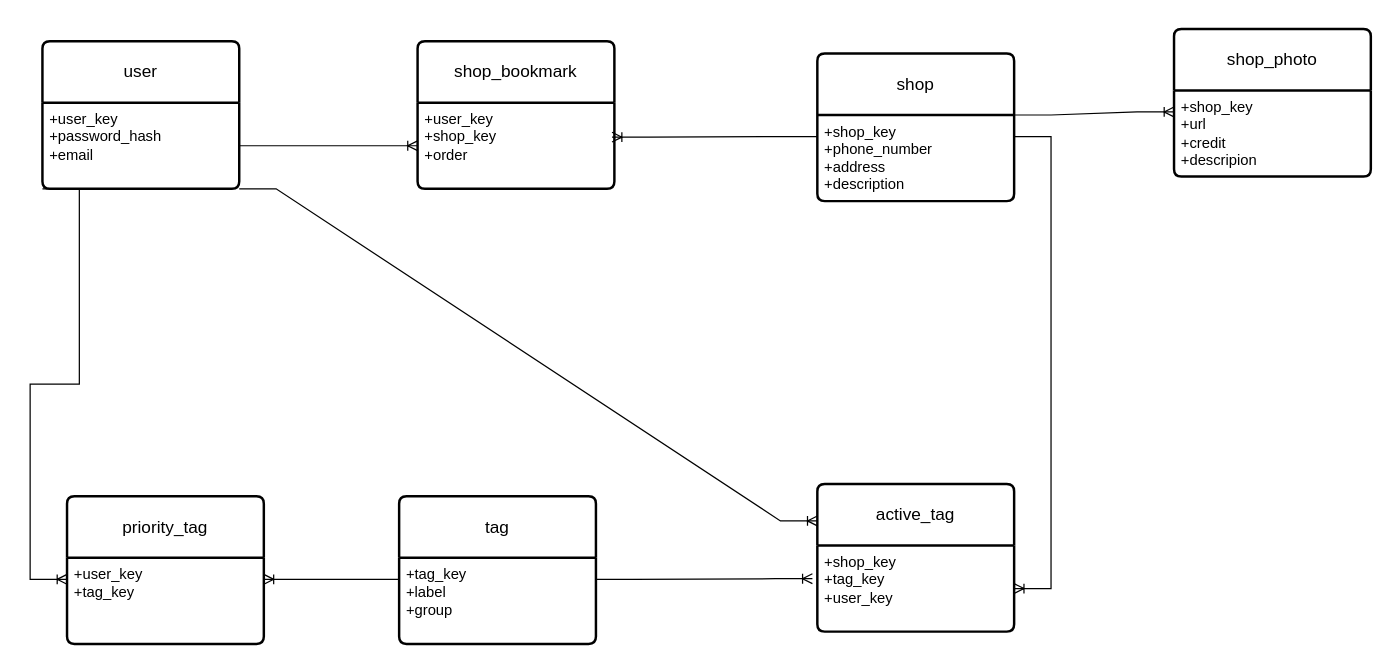
Earlier version of the draw.io diagram documentation/ERD.drawio (cohort-web-43-coffee/coffee-capstone). Source tidied: cells renumbered, new cells numbered last; positions are measured from the earlier drawing's top-left corner, leaving out a move shared by most shapes. Both pictures are drawn from the tidied source at 123%, with x=0, y=0 at pixel (-69, 28).
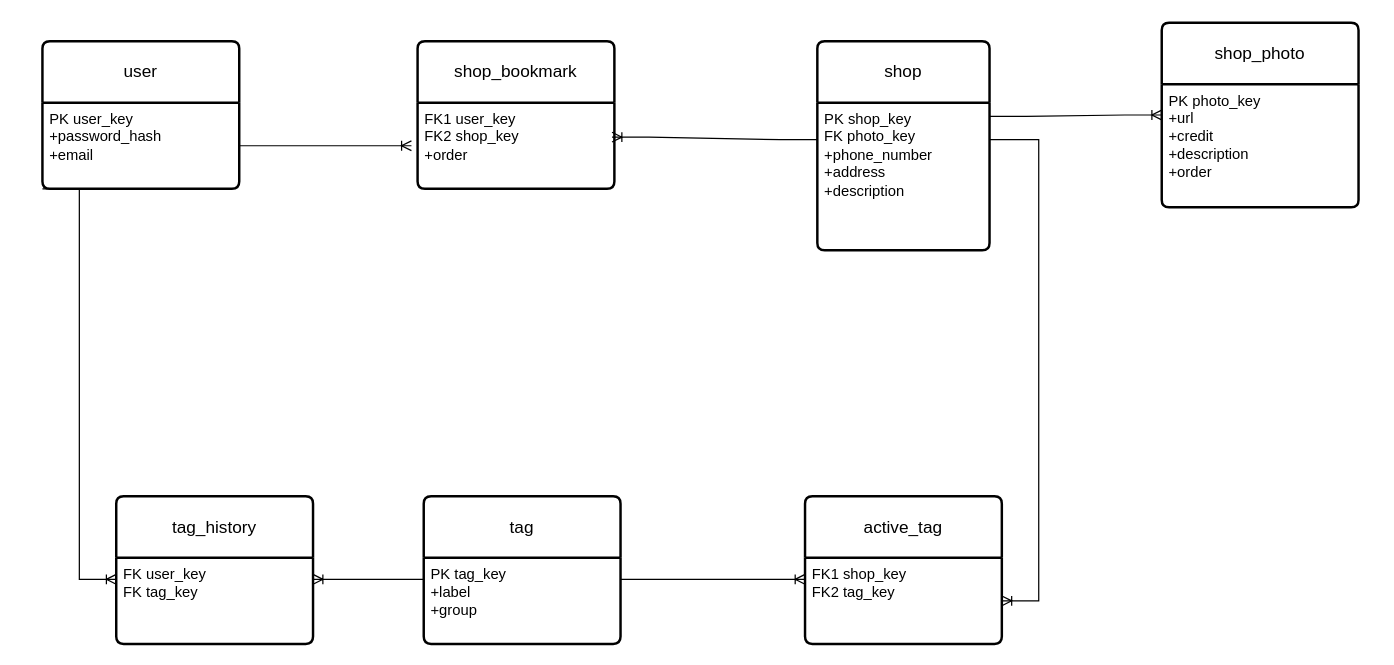
After the change.

The change refers to these unchanged cells:
```xml
<mxCell id="2" value="user" style="swimlane;horizontal=1;startSize=50;rounded=1;fontSize=14;fontStyle=0;strokeWidth=2;shadow=0;dashed=0;align=center;arcSize=4;whiteSpace=wrap;html=1;" parent="1" vertex="1">
  <mxGeometry x="90" y="10" width="160" height="120" as="geometry" />
</mxCell>
<mxCell id="6" value="shop_bookmark" style="swimlane;horizontal=1;startSize=50;rounded=1;fontSize=14;fontStyle=0;strokeWidth=2;shadow=0;dashed=0;align=center;arcSize=4;whiteSpace=wrap;html=1;" parent="1" vertex="1">
  <mxGeometry x="395" y="10" width="160" height="120" as="geometry" />
</mxCell>
```

What changed in the source:
```diff
@@
-    <mxCell id="3" value="+user_key&lt;br&gt;+password_hash&lt;br&gt;+email" style="align=left;strokeColor=none;fillColor=none;spacingLeft=4;fontSize=12;verticalAlign=top;html=1;" parent="2" vertex="1">
+    <mxCell id="3" value="PK user_key&lt;br&gt;+password_hash&lt;br&gt;+email" style="align=left;strokeColor=none;fillColor=none;spacingLeft=4;fontSize=12;verticalAlign=top;html=1;" parent="2" vertex="1">
       <mxGeometry y="50" width="160" height="70" as="geometry" />
     </mxCell>
-    <mxCell id="4" value="shop" style="swimlane;horizontal=1;startSize=50;rounded=1;fontSize=14;fontStyle=0;strokeWidth=2;shadow=0;dashed=0;align=center;arcSize=4;whiteSpace=wrap;html=1;" parent="1" vertex="1">
-      <mxGeometry x="720" y="20" width="160" height="120" as="geometry" />
+    <mxCell id="4" value="shop" style="swimlane;horizontal=1;startSize=50;rounded=1;fontSize=14;fontStyle=0;strokeWidth=2;shadow=0;dashed=0;align=center;arcSize=4;whiteSpace=wrap;html=1;direction=east;" parent="1" vertex="1">
+      <mxGeometry x="720" y="10" width="140" height="170" as="geometry" />
     </mxCell>
-    <mxCell id="5" value="+shop_key&lt;br&gt;+phone_number&lt;br&gt;+address&lt;br&gt;+description&lt;br&gt;" style="align=left;strokeColor=none;fillColor=none;spacingLeft=4;fontSize=12;verticalAlign=top;html=1;" parent="4" vertex="1">
-      <mxGeometry y="50" width="160" height="70" as="geometry" />
+    <mxCell id="5" value="PK shop_key&lt;br&gt;FK photo_key&lt;br&gt;+phone_number&lt;br&gt;+address&lt;br&gt;+description" style="align=left;strokeColor=none;fillColor=none;spacingLeft=4;fontSize=12;verticalAlign=top;html=1;" parent="4" vertex="1">
+      <mxGeometry y="50" width="140" height="120" as="geometry" />
     </mxCell>
@@
-    <mxCell id="7" value="+user_key&lt;br&gt;+shop_key&lt;br&gt;+order" style="align=left;strokeColor=none;fillColor=none;spacingLeft=4;fontSize=12;verticalAlign=top;html=1;" parent="6" vertex="1">
+    <mxCell id="7" value="FK1 user_key&lt;br&gt;FK2 shop_key&lt;br&gt;+order" style="align=left;strokeColor=none;fillColor=none;spacingLeft=4;fontSize=12;verticalAlign=top;html=1;" parent="6" vertex="1">
       <mxGeometry y="50" width="160" height="70" as="geometry" />
     </mxCell>
-    <mxCell id="8" style="edgeStyle=entityRelationEdgeStyle;fontSize=12;html=1;endArrow=ERoneToMany;rounded=0;exitX=1;exitY=0.5;exitDx=0;exitDy=0;entryX=0;entryY=0.5;entryDx=0;entryDy=0;" parent="1" edge="1" source="3" target="7">
-      <mxGeometry relative="1" as="geometry" />
+    <mxCell id="8" style="edgeStyle=entityRelationEdgeStyle;fontSize=12;html=1;endArrow=ERoneToMany;rounded=0;" parent="1" edge="1">
+      <mxGeometry relative="1" as="geometry">
+        <mxPoint x="250" y="95" as="sourcePoint" />
+        <mxPoint x="390" y="95" as="targetPoint" />
+      </mxGeometry>
     </mxCell>
@@
     <mxCell id="10" value="tag" style="swimlane;horizontal=1;startSize=50;rounded=1;fontSize=14;fontStyle=0;strokeWidth=2;shadow=0;dashed=0;align=center;arcSize=4;whiteSpace=wrap;html=1;" parent="1" vertex="1">
-      <mxGeometry x="380" y="380" width="160" height="120" as="geometry" />
+      <mxGeometry x="400" y="380" width="160" height="120" as="geometry" />
     </mxCell>
-    <mxCell id="11" value="+tag_key&lt;br&gt;+label&lt;br&gt;+group" style="align=left;strokeColor=none;fillColor=none;spacingLeft=4;fontSize=12;verticalAlign=top;html=1;" parent="10" vertex="1">
+    <mxCell id="11" value="PK tag_key&lt;br&gt;+label&lt;br&gt;+group" style="align=left;strokeColor=none;fillColor=none;spacingLeft=4;fontSize=12;verticalAlign=top;html=1;" parent="10" vertex="1">
       <mxGeometry y="50" width="160" height="70" as="geometry" />
     </mxCell>
     <mxCell id="12" value="active_tag" style="swimlane;horizontal=1;startSize=50;rounded=1;fontSize=14;fontStyle=0;strokeWidth=2;shadow=0;dashed=0;align=center;arcSize=4;whiteSpace=wrap;html=1;" parent="1" vertex="1">
-      <mxGeometry x="720" y="370" width="160" height="120" as="geometry" />
+      <mxGeometry x="710" y="380" width="160" height="120" as="geometry" />
     </mxCell>
-    <mxCell id="13" value="+shop_key&lt;br&gt;+tag_key&lt;br&gt;+user_key" style="align=left;strokeColor=none;fillColor=none;spacingLeft=4;fontSize=12;verticalAlign=top;html=1;" parent="12" vertex="1">
+    <mxCell id="13" value="FK1 shop_key&lt;br&gt;FK2 tag_key" style="align=left;strokeColor=none;fillColor=none;spacingLeft=4;fontSize=12;verticalAlign=top;html=1;" parent="12" vertex="1">
       <mxGeometry y="50" width="160" height="70" as="geometry" />
     </mxCell>
-    <mxCell id="14" value="priority_tag" style="swimlane;horizontal=1;startSize=50;rounded=1;fontSize=14;fontStyle=0;strokeWidth=2;shadow=0;dashed=0;align=center;arcSize=4;whiteSpace=wrap;html=1;" parent="1" vertex="1">
-      <mxGeometry x="110" y="380" width="160" height="120" as="geometry" />
+    <mxCell id="14" value="tag_history" style="swimlane;horizontal=1;startSize=50;rounded=1;fontSize=14;fontStyle=0;strokeWidth=2;shadow=0;dashed=0;align=center;arcSize=4;whiteSpace=wrap;html=1;" parent="1" vertex="1">
+      <mxGeometry x="150" y="380" width="160" height="120" as="geometry" />
     </mxCell>
-    <mxCell id="15" value="+user_key&lt;br&gt;+tag_key" style="align=left;strokeColor=none;fillColor=none;spacingLeft=4;fontSize=12;verticalAlign=top;html=1;" parent="14" vertex="1">
+    <mxCell id="15" value="FK user_key&lt;br&gt;FK tag_key" style="align=left;strokeColor=none;fillColor=none;spacingLeft=4;fontSize=12;verticalAlign=top;html=1;" parent="14" vertex="1">
       <mxGeometry y="50" width="160" height="70" as="geometry" />
     </mxCell>
@@
-    <mxCell id="18" style="edgeStyle=entityRelationEdgeStyle;fontSize=12;html=1;endArrow=ERoneToMany;rounded=0;entryX=0;entryY=0.25;entryDx=0;entryDy=0;exitX=1;exitY=1;exitDx=0;exitDy=0;" parent="1" edge="1" source="3" target="12">
-      <mxGeometry relative="1" as="geometry" />
-    </mxCell>
@@
-    <mxCell id="20" style="edgeStyle=entityRelationEdgeStyle;fontSize=12;html=1;endArrow=ERoneToMany;rounded=0;entryX=-0.025;entryY=0.386;entryDx=0;entryDy=0;entryPerimeter=0;exitX=1;exitY=0.25;exitDx=0;exitDy=0;" parent="1" edge="1" source="11" target="13">
+    <mxCell id="20" style="edgeStyle=entityRelationEdgeStyle;fontSize=12;html=1;endArrow=ERoneToMany;rounded=0;entryX=0;entryY=0.25;entryDx=0;entryDy=0;exitX=1;exitY=0.25;exitDx=0;exitDy=0;" parent="1" edge="1" source="11" target="13">
       <mxGeometry relative="1" as="geometry" />
     </mxCell>
     <mxCell id="21" value="shop_photo" style="swimlane;horizontal=1;startSize=50;rounded=1;fontSize=14;fontStyle=0;strokeWidth=2;shadow=0;dashed=0;align=center;arcSize=4;whiteSpace=wrap;html=1;" parent="1" vertex="1">
-      <mxGeometry x="1010" width="160" height="120" as="geometry" />
+      <mxGeometry x="1000" y="-5" width="160" height="150" as="geometry" />
     </mxCell>
-    <mxCell id="22" value="+shop_key&lt;br&gt;+url&lt;br&gt;+credit&lt;br&gt;+descripion" style="align=left;strokeColor=none;fillColor=none;spacingLeft=4;fontSize=12;verticalAlign=top;html=1;" parent="21" vertex="1">
-      <mxGeometry y="50" width="160" height="70" as="geometry" />
+    <mxCell id="22" value="PK photo_key&lt;br&gt;+url&lt;br&gt;+credit&lt;br&gt;+description&lt;br&gt;+order" style="align=left;strokeColor=none;fillColor=none;spacingLeft=4;fontSize=12;verticalAlign=top;html=1;" parent="21" vertex="1">
+      <mxGeometry y="50" width="160" height="100" as="geometry" />
     </mxCell>
-    <mxCell id="23" style="edgeStyle=entityRelationEdgeStyle;fontSize=12;html=1;endArrow=ERoneToMany;rounded=0;exitX=1;exitY=0;exitDx=0;exitDy=0;entryX=0;entryY=0.25;entryDx=0;entryDy=0;" parent="1" edge="1" source="5" target="22">
+    <mxCell id="23" style="edgeStyle=entityRelationEdgeStyle;fontSize=12;html=1;endArrow=ERoneToMany;rounded=0;exitX=1;exitY=0.092;exitDx=0;exitDy=0;entryX=0;entryY=0.25;entryDx=0;entryDy=0;exitPerimeter=0;" parent="1" edge="1" source="5" target="22">
       <mxGeometry relative="1" as="geometry" />
     </mxCell>
```
